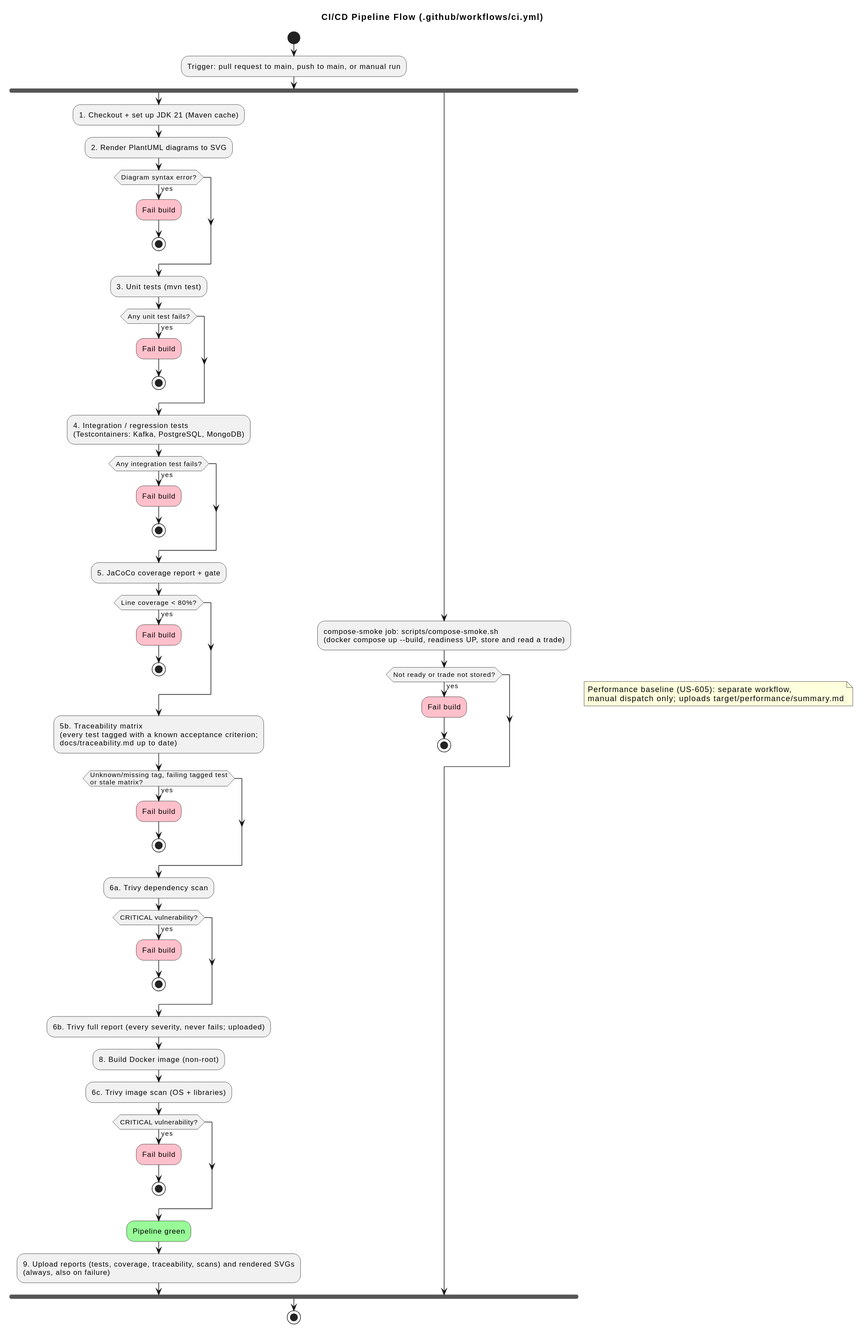
This is docs/diagrams/out/04-activity-ci-pipeline.svg from kuldipkumar/Trade-store, a PlantUML export, as it was before one commit.
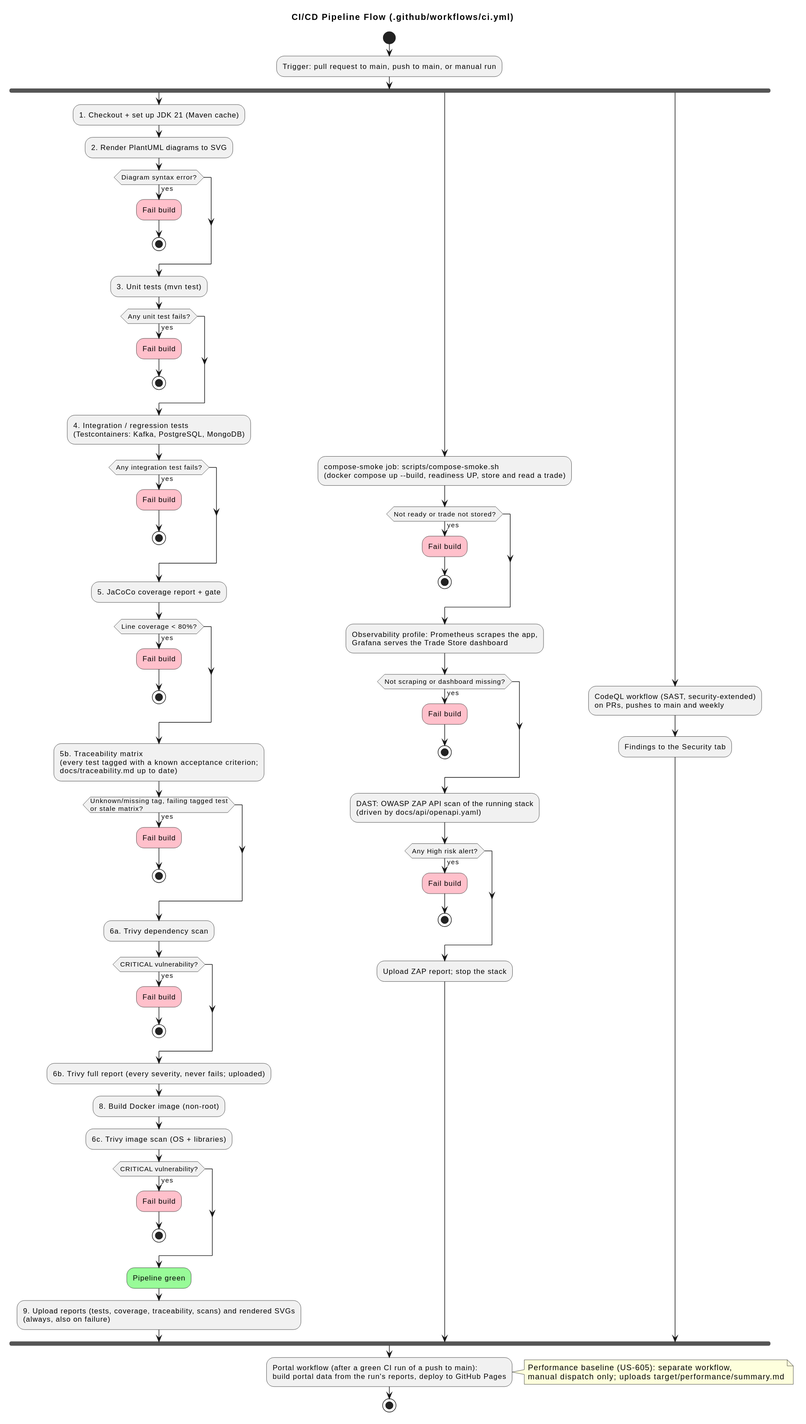
The same diagram one commit later.

Commit message:
docs: A-47, US-604.2, US-609.1 review fixes: pipeline and deployment diagrams, ADR-009 to ADR-011, portal KPI and pipeline lane, demo count

Change to the diagram source:
```diff
@@ -51,7 +51,22 @@
   :Fail build; <<#pink>>
   stop
 endif
+:Observability profile: Prometheus scrapes the app,\nGrafana serves the Trade Store dashboard;
+if (Not scraping or dashboard missing?) then (yes)
+  :Fail build; <<#pink>>
+  stop
+endif
+:DAST: OWASP ZAP API scan of the running stack\n(driven by docs/api/openapi.yaml);
+if (Any High risk alert?) then (yes)
+  :Fail build; <<#pink>>
+  stop
+endif
+:Upload ZAP report; stop the stack;
+fork again
+:CodeQL workflow (SAST, security-extended)\non PRs, pushes to main and weekly;
+:Findings to the Security tab;
 end fork
+:Portal workflow (after a green CI run of a push to main):\nbuild portal data from the run's reports, deploy to GitHub Pages;
 note right
   Performance baseline (US-605): separate workflow,
   manual dispatch only; uploads target/performance/summary.md
```
